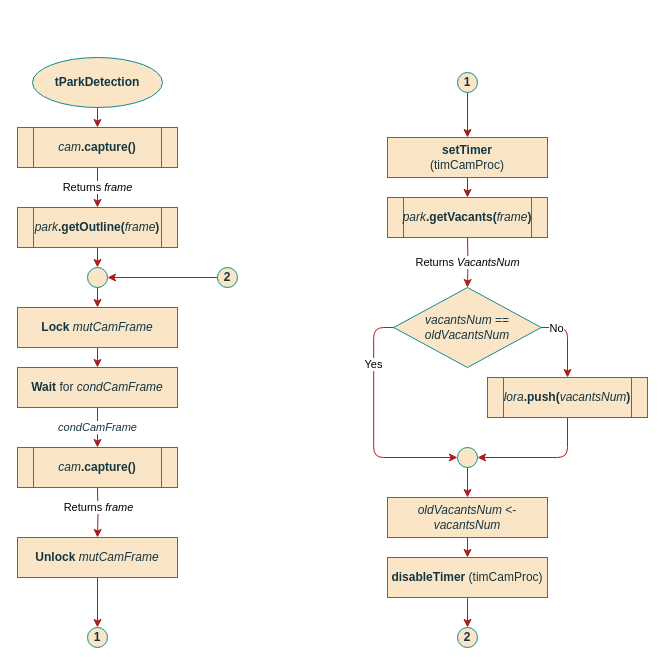
Earlier version of the draw.io diagram page "tParkDetection" (6 of 7) of documentation/flowcharts/02Classes/CLocalSystem.drawio (ESRGgroup9/slipad). Source tidied: cells renumbered, new cells numbered last; positions are measured from the earlier drawing's top-left corner, leaving out a move shared by most shapes. Both pictures are drawn from the tidied source at 100%, with x=0, y=0 at pixel (17, 57).
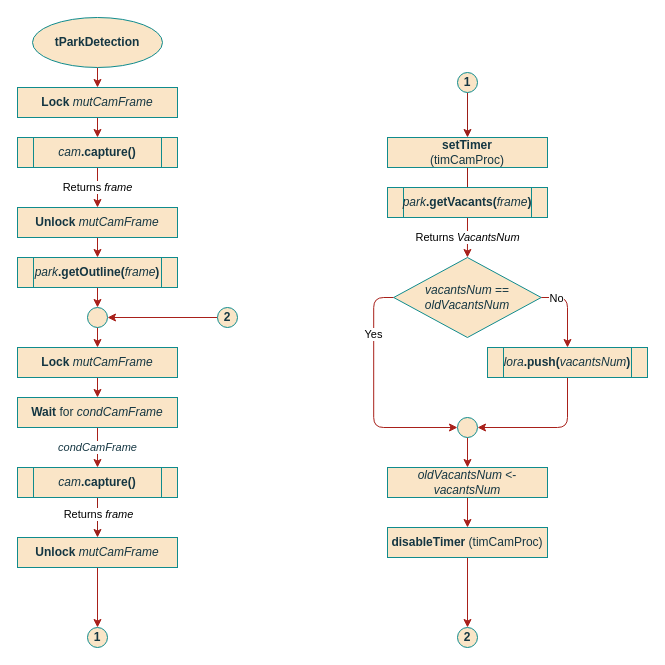
The same page after the edit.

Diff of the diagram source:
```diff
@@
-    <mxCell id="2" style="edgeStyle=orthogonalEdgeStyle;rounded=1;jettySize=auto;html=1;exitX=0.5;exitY=1;exitDx=0;exitDy=0;entryX=0.5;entryY=0;entryDx=0;entryDy=0;strokeColor=#A8201A;" parent="1" edge="1" source="3" target="37">
+    <mxCell id="2" style="edgeStyle=orthogonalEdgeStyle;rounded=1;jettySize=auto;html=1;exitX=0.5;exitY=1;exitDx=0;exitDy=0;entryX=0.5;entryY=0;entryDx=0;entryDy=0;strokeColor=#A8201A;" parent="1" edge="1" source="3" target="42">
       <mxGeometry relative="1" as="geometry" />
     </mxCell>
     <mxCell id="3" value="&lt;b&gt;tParkDetection&lt;/b&gt;" style="ellipse;whiteSpace=wrap;html=1;fontFamily=Helvetica;fillColor=#FAE5C7;strokeColor=#0F8B8D;fontColor=#143642;" parent="1" vertex="1">
-      <mxGeometry x="15" width="130" height="50" as="geometry" />
+      <mxGeometry x="15" y="-40" width="130" height="50" as="geometry" />
     </mxCell>
@@
     <mxCell id="5" style="ellipse;whiteSpace=wrap;html=1;rounded=0;sketch=0;fontColor=#143642;strokeColor=#0F8B8D;fillColor=#FAE5C7;fontFamily=Helvetica;" parent="1" vertex="1">
-      <mxGeometry x="70" y="210" width="20" height="20" as="geometry" />
+      <mxGeometry x="70" y="250" width="20" height="20" as="geometry" />
     </mxCell>
-    <mxCell id="6" value="&lt;i&gt;condCamFrame&lt;/i&gt;" style="edgeStyle=orthogonalEdgeStyle;curved=0;rounded=1;sketch=0;jettySize=auto;html=1;fontFamily=Helvetica;fontColor=#143642;strokeColor=#A8201A;fillColor=#FAE5C7;entryX=0.5;entryY=0;entryDx=0;entryDy=0;exitX=0.5;exitY=1;exitDx=0;exitDy=0;" parent="1" edge="1" source="16">
-      <mxGeometry relative="1" as="geometry">
-        <mxPoint x="80" y="390" as="targetPoint" />
-      </mxGeometry>
+    <mxCell id="6" value="&lt;i&gt;condCamFrame&lt;/i&gt;" style="edgeStyle=orthogonalEdgeStyle;curved=0;rounded=1;sketch=0;jettySize=auto;html=1;fontFamily=Helvetica;fontColor=#143642;strokeColor=#A8201A;fillColor=#FAE5C7;entryX=0.5;entryY=0;entryDx=0;entryDy=0;exitX=0.5;exitY=1;exitDx=0;exitDy=0;" parent="1" edge="1" source="16" target="17">
+      <mxGeometry relative="1" as="geometry" />
     </mxCell>
@@
     <mxCell id="8" value="2" style="ellipse;whiteSpace=wrap;html=1;rounded=0;sketch=0;fontColor=#143642;strokeColor=#0F8B8D;fillColor=#FAE5C7;fontStyle=1;fontFamily=Helvetica;" parent="1" vertex="1">
-      <mxGeometry x="200" y="210" width="20" height="20" as="geometry" />
+      <mxGeometry x="200" y="250" width="20" height="20" as="geometry" />
     </mxCell>
@@
     <mxCell id="11" value="&lt;b&gt;Unlock&lt;/b&gt; &lt;i&gt;mutCamFrame&lt;/i&gt;" style="rounded=0;whiteSpace=wrap;html=1;sketch=0;fontColor=#143642;strokeColor=#0F8B8D;fillColor=#FAE5C7;fontFamily=Helvetica;" parent="1" vertex="1">
-      <mxGeometry y="480" width="160" height="40" as="geometry" />
+      <mxGeometry y="480" width="160" height="30" as="geometry" />
     </mxCell>
-    <mxCell id="12" style="edgeStyle=orthogonalEdgeStyle;rounded=0;jettySize=auto;html=1;strokeColor=#9C1E18;fontFamily=Helvetica;" parent="1" edge="1" target="11">
-      <mxGeometry relative="1" as="geometry">
-        <mxPoint x="80" y="430" as="sourcePoint" />
-      </mxGeometry>
+    <mxCell id="12" style="edgeStyle=orthogonalEdgeStyle;rounded=0;jettySize=auto;html=1;strokeColor=#9C1E18;fontFamily=Helvetica;exitX=0.5;exitY=1;exitDx=0;exitDy=0;" parent="1" edge="1" source="17" target="11">
+      <mxGeometry relative="1" as="geometry" />
     </mxCell>
@@
     <mxCell id="15" value="&lt;div&gt;&lt;b&gt;setTimer&lt;/b&gt;&lt;br&gt;&lt;/div&gt;&lt;div&gt;(timCamProc)&lt;/div&gt;" style="rounded=0;whiteSpace=wrap;html=1;sketch=0;fontColor=#143642;strokeColor=#0F8B8D;fillColor=#FAE5C7;fontFamily=Helvetica;" parent="1" vertex="1">
-      <mxGeometry x="370" y="80" width="160" height="40" as="geometry" />
+      <mxGeometry x="370" y="80" width="160" height="30" as="geometry" />
     </mxCell>
     <mxCell id="16" value="&lt;b&gt;Wait&lt;/b&gt; for &lt;i&gt;condCamFrame&lt;/i&gt;" style="rounded=0;whiteSpace=wrap;html=1;sketch=0;fontColor=#143642;strokeColor=#0F8B8D;fillColor=#FAE5C7;" parent="1" vertex="1">
-      <mxGeometry y="310" width="160" height="40" as="geometry" />
+      <mxGeometry y="340" width="160" height="30" as="geometry" />
     </mxCell>
     <mxCell id="17" value="&lt;i&gt;cam&lt;/i&gt;&lt;b&gt;.capture()&lt;/b&gt;" style="shape=process;whiteSpace=wrap;html=1;backgroundOutline=1;rounded=0;sketch=0;fontFamily=Helvetica;fontColor=#143642;strokeColor=#0F8B8D;fillColor=#FAE5C7;" parent="1" vertex="1">
-      <mxGeometry y="390" width="160" height="40" as="geometry" />
+      <mxGeometry y="410" width="160" height="30" as="geometry" />
     </mxCell>
@@
     <mxCell id="19" value="&lt;b&gt;Lock&lt;/b&gt; &lt;i&gt;mutCamFrame&lt;/i&gt;" style="rounded=0;whiteSpace=wrap;html=1;sketch=0;fontColor=#143642;strokeColor=#0F8B8D;fillColor=#FAE5C7;fontFamily=Helvetica;" parent="1" vertex="1">
-      <mxGeometry y="250" width="160" height="40" as="geometry" />
+      <mxGeometry y="290" width="160" height="30" as="geometry" />
     </mxCell>
@@
     <mxCell id="21" value="&lt;i&gt;park&lt;/i&gt;&lt;b&gt;.getOutline(&lt;/b&gt;&lt;i&gt;frame&lt;/i&gt;&lt;b&gt;)&lt;/b&gt;" style="shape=process;whiteSpace=wrap;html=1;backgroundOutline=1;rounded=0;sketch=0;fontFamily=Helvetica;fontColor=#143642;strokeColor=#0F8B8D;fillColor=#FAE5C7;" parent="1" vertex="1">
-      <mxGeometry y="150" width="160" height="40" as="geometry" />
+      <mxGeometry y="200" width="160" height="30" as="geometry" />
     </mxCell>
-    <mxCell id="22" value="Returns &lt;i&gt;VacantsNum&lt;/i&gt;" style="edgeStyle=orthogonalEdgeStyle;rounded=1;jettySize=auto;html=1;exitX=0.5;exitY=1;exitDx=0;exitDy=0;entryX=0.5;entryY=0;entryDx=0;entryDy=0;fontFamily=Helvetica;strokeColor=#A8201A;" parent="1" edge="1" target="26">
-      <mxGeometry relative="1" as="geometry">
-        <mxPoint x="450" y="180" as="sourcePoint" />
-      </mxGeometry>
+    <mxCell id="22" value="Returns &lt;i&gt;VacantsNum&lt;/i&gt;" style="edgeStyle=orthogonalEdgeStyle;rounded=1;jettySize=auto;html=1;exitX=0.5;exitY=1;exitDx=0;exitDy=0;entryX=0.5;entryY=0;entryDx=0;entryDy=0;fontFamily=Helvetica;strokeColor=#A8201A;" parent="1" edge="1" source="38" target="26">
+      <mxGeometry relative="1" as="geometry" />
     </mxCell>
     <mxCell id="23" style="edgeStyle=orthogonalEdgeStyle;rounded=1;jettySize=auto;html=1;exitX=1;exitY=0.5;exitDx=0;exitDy=0;entryX=0.5;entryY=0;entryDx=0;entryDy=0;fontFamily=Helvetica;strokeColor=#A8201A;" parent="1" edge="1" source="26">
       <mxGeometry relative="1" as="geometry">
-        <mxPoint x="550" y="320" as="targetPoint" />
+        <mxPoint x="550" y="290" as="targetPoint" />
         <Array as="points">
-          <mxPoint x="550" y="270" />
+          <mxPoint x="550" y="240" />
         </Array>
       </mxGeometry>
     </mxCell>
@@
     <mxCell id="26" value="&lt;div&gt;&lt;i&gt;vacantsNum&lt;/i&gt; ==&lt;/div&gt;&lt;div&gt;&lt;i&gt;oldVacantsNum&lt;/i&gt;&lt;/div&gt;" style="rhombus;whiteSpace=wrap;html=1;rounded=0;sketch=0;fontColor=#143642;strokeColor=#0F8B8D;fillColor=#FAE5C7;fontFamily=Helvetica;verticalAlign=middle;labelPosition=center;verticalLabelPosition=middle;align=center;" parent="1" vertex="1">
-      <mxGeometry x="376.2" y="230" width="147.5" height="80" as="geometry" />
+      <mxGeometry x="376.2" y="200" width="147.5" height="80" as="geometry" />
     </mxCell>
-    <mxCell id="27" style="edgeStyle=orthogonalEdgeStyle;rounded=1;jettySize=auto;html=1;exitX=0.5;exitY=1;exitDx=0;exitDy=0;entryX=1;entryY=0.5;entryDx=0;entryDy=0;fontFamily=Helvetica;strokeColor=#A8201A;" parent="1" edge="1" target="35">
+    <mxCell id="27" style="edgeStyle=orthogonalEdgeStyle;rounded=1;jettySize=auto;html=1;exitX=0.5;exitY=1;exitDx=0;exitDy=0;entryX=1;entryY=0.5;entryDx=0;entryDy=0;fontFamily=Helvetica;strokeColor=#A8201A;" parent="1" edge="1" source="40" target="35">
       <mxGeometry relative="1" as="geometry">
-        <mxPoint x="550" y="360" as="sourcePoint" />
         <Array as="points">
-          <mxPoint x="550" y="400" />
+          <mxPoint x="550" y="370" />
         </Array>
       </mxGeometry>
     </mxCell>
@@
     <mxCell id="33" value="&lt;i&gt;oldVacantsNum&lt;/i&gt; &amp;lt;- &lt;i&gt;vacantsNum&lt;/i&gt;" style="rounded=0;whiteSpace=wrap;html=1;sketch=0;fontColor=#143642;strokeColor=#0F8B8D;fillColor=#FAE5C7;fontFamily=Helvetica;" parent="1" vertex="1">
-      <mxGeometry x="370" y="440" width="160" height="40" as="geometry" />
+      <mxGeometry x="370" y="410" width="160" height="30" as="geometry" />
     </mxCell>
@@
     <mxCell id="35" style="ellipse;whiteSpace=wrap;html=1;rounded=0;sketch=0;fontColor=#143642;strokeColor=#0F8B8D;fillColor=#FAE5C7;fontFamily=Helvetica;" parent="1" vertex="1">
-      <mxGeometry x="440" y="390" width="20" height="20" as="geometry" />
+      <mxGeometry x="440" y="360" width="20" height="20" as="geometry" />
     </mxCell>
-    <mxCell id="36" value="Returns &lt;i&gt;frame&lt;/i&gt;" style="edgeStyle=orthogonalEdgeStyle;rounded=1;jettySize=auto;html=1;exitX=0.5;exitY=1;exitDx=0;exitDy=0;entryX=0.5;entryY=0;entryDx=0;entryDy=0;strokeColor=#A8201A;" parent="1" edge="1" source="37" target="21">
+    <mxCell id="36" value="Returns &lt;i&gt;frame&lt;/i&gt;" style="edgeStyle=orthogonalEdgeStyle;rounded=1;jettySize=auto;html=1;exitX=0.5;exitY=1;exitDx=0;exitDy=0;entryX=0.5;entryY=0;entryDx=0;entryDy=0;strokeColor=#A8201A;" parent="1" edge="1" source="37" target="44">
       <mxGeometry relative="1" as="geometry" />
     </mxCell>
     <mxCell id="37" value="&lt;i&gt;cam&lt;/i&gt;&lt;b&gt;.capture()&lt;/b&gt;" style="shape=process;whiteSpace=wrap;html=1;backgroundOutline=1;rounded=0;sketch=0;fontFamily=Helvetica;fontColor=#143642;strokeColor=#0F8B8D;fillColor=#FAE5C7;" parent="1" vertex="1">
-      <mxGeometry y="70" width="160" height="40" as="geometry" />
+      <mxGeometry y="80" width="160" height="30" as="geometry" />
     </mxCell>
     <mxCell id="38" value="&lt;i&gt;park&lt;/i&gt;&lt;b&gt;.getVacants(&lt;/b&gt;&lt;i&gt;frame&lt;/i&gt;&lt;b&gt;)&lt;/b&gt;" style="shape=process;whiteSpace=wrap;html=1;backgroundOutline=1;rounded=0;sketch=0;fontFamily=Helvetica;fontColor=#143642;strokeColor=#0F8B8D;fillColor=#FAE5C7;" parent="1" vertex="1">
-      <mxGeometry x="370" y="140" width="160" height="40" as="geometry" />
+      <mxGeometry x="370" y="130" width="160" height="30" as="geometry" />
     </mxCell>
     <mxCell id="39" value="&lt;b&gt;disableTimer &lt;/b&gt;(timCamProc)&lt;b&gt; &lt;/b&gt;" style="rounded=0;whiteSpace=wrap;html=1;sketch=0;fontColor=#143642;strokeColor=#0F8B8D;fillColor=#FAE5C7;fontFamily=Helvetica;" parent="1" vertex="1">
-      <mxGeometry x="370" y="500" width="160" height="40" as="geometry" />
+      <mxGeometry x="370" y="470" width="160" height="30" as="geometry" />
     </mxCell>
     <mxCell id="40" value="&lt;i&gt;lora&lt;/i&gt;&lt;b&gt;.push(&lt;/b&gt;&lt;i&gt;vacantsNum&lt;/i&gt;&lt;b&gt;)&lt;/b&gt;" style="shape=process;whiteSpace=wrap;html=1;backgroundOutline=1;rounded=0;sketch=0;fontFamily=Helvetica;fontColor=#143642;strokeColor=#0F8B8D;fillColor=#FAE5C7;" parent="1" vertex="1">
-      <mxGeometry x="470" y="320" width="160" height="40" as="geometry" />
+      <mxGeometry x="470" y="290" width="160" height="30" as="geometry" />
     </mxCell>
+    <mxCell id="41" style="edgeStyle=orthogonalEdgeStyle;rounded=0;jettySize=auto;html=1;exitX=0.5;exitY=1;exitDx=0;exitDy=0;entryX=0.5;entryY=0;entryDx=0;entryDy=0;strokeColor=#A8201A;" parent="1" edge="1" source="42" target="37">
+      <mxGeometry relative="1" as="geometry" />
+    </mxCell>
+    <mxCell id="42" value="&lt;b&gt;Lock&lt;/b&gt; &lt;i&gt;mutCamFrame&lt;/i&gt;" style="rounded=0;whiteSpace=wrap;html=1;sketch=0;fontColor=#143642;strokeColor=#0F8B8D;fillColor=#FAE5C7;fontFamily=Helvetica;" parent="1" vertex="1">
+      <mxGeometry y="30" width="160" height="30" as="geometry" />
+    </mxCell>
+    <mxCell id="43" style="edgeStyle=orthogonalEdgeStyle;rounded=0;jettySize=auto;html=1;exitX=0.5;exitY=1;exitDx=0;exitDy=0;entryX=0.5;entryY=0;entryDx=0;entryDy=0;strokeColor=#A8201A;" parent="1" edge="1" source="44" target="21">
+      <mxGeometry relative="1" as="geometry" />
+    </mxCell>
+    <mxCell id="44" value="&lt;b&gt;Unlock&lt;/b&gt; &lt;i&gt;mutCamFrame&lt;/i&gt;" style="rounded=0;whiteSpace=wrap;html=1;sketch=0;fontColor=#143642;strokeColor=#0F8B8D;fillColor=#FAE5C7;fontFamily=Helvetica;" parent="1" vertex="1">
+      <mxGeometry y="150" width="160" height="30" as="geometry" />
+    </mxCell>
```
